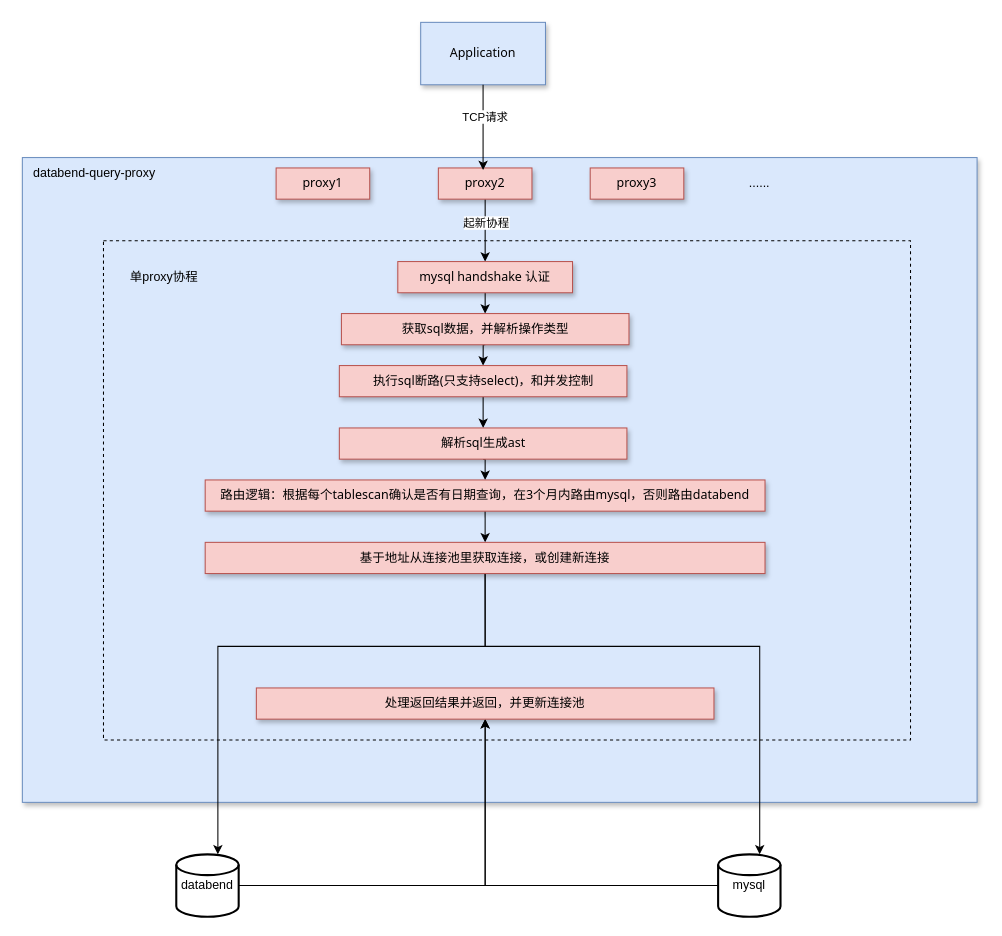
Before: doc/databend-mysql-proxy方案.drawio in jackjoesh/databend, a draw.io diagram. Source tidied: cells renumbered, new cells numbered last; positions are measured from the earlier drawing's top-left corner, leaving out a move shared by most shapes. Both pictures are drawn from the tidied source at 104%, with x=0, y=0 at pixel (20, 22).
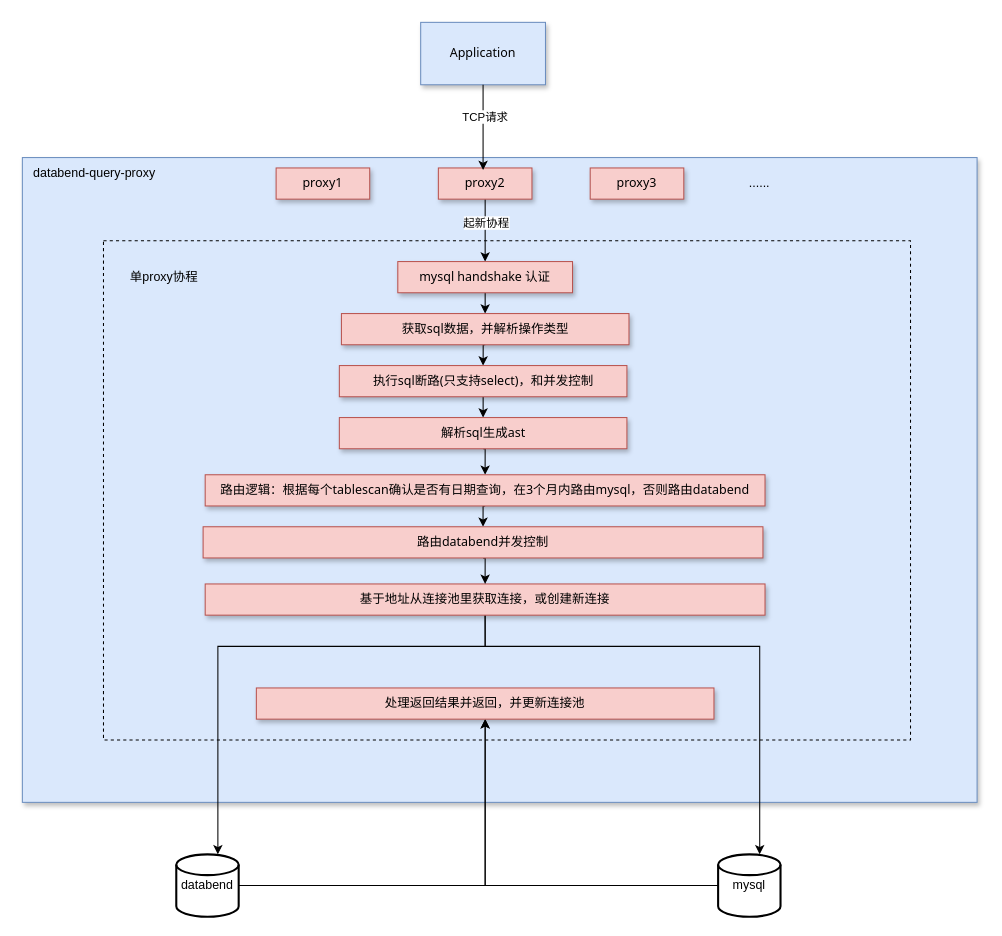
The same page after the edit.

The edit, as a diff of the source:
```diff
@@
     <mxCell id="25" value="解析sql生成ast" style="rounded=0;whiteSpace=wrap;html=1;fillColor=#f8cecc;strokeColor=#b85450;shadow=1;fontFamily=Tahoma;" parent="1" vertex="1">
-      <mxGeometry x="306.8" y="390" width="276.5" height="30" as="geometry" />
+      <mxGeometry x="306.8" y="380" width="276.5" height="30" as="geometry" />
     </mxCell>
-    <mxCell id="26" style="edgeStyle=orthogonalEdgeStyle;rounded=0;jettySize=auto;html=1;exitX=0.5;exitY=1;exitDx=0;exitDy=0;entryX=0.5;entryY=0;entryDx=0;entryDy=0;" parent="1" edge="1" source="27">
-      <mxGeometry relative="1" as="geometry">
-        <mxPoint x="447" y="500" as="targetPoint" />
-      </mxGeometry>
+    <mxCell id="26" style="edgeStyle=orthogonalEdgeStyle;rounded=0;jettySize=auto;html=1;exitX=0.5;exitY=1;exitDx=0;exitDy=0;entryX=0.5;entryY=0;entryDx=0;entryDy=0;" parent="1" edge="1" source="27" target="34">
+      <mxGeometry relative="1" as="geometry" />
     </mxCell>
     <mxCell id="27" value="路由逻辑：根据每个tablescan确认是否有日期查询，在3个月内路由mysql，否则路由databend" style="rounded=0;whiteSpace=wrap;html=1;fillColor=#f8cecc;strokeColor=#b85450;shadow=1;fontFamily=Tahoma;" parent="1" vertex="1">
-      <mxGeometry x="177.8" y="440" width="538.3" height="30" as="geometry" />
+      <mxGeometry x="177.8" y="435" width="538.3" height="30" as="geometry" />
     </mxCell>
@@
     <mxCell id="30" value="基于地址从连接池里获取连接，或创建新连接" style="rounded=0;whiteSpace=wrap;html=1;fillColor=#f8cecc;strokeColor=#b85450;shadow=1;fontFamily=Tahoma;" parent="1" vertex="1">
-      <mxGeometry x="177.8" y="500" width="538.3" height="30" as="geometry" />
+      <mxGeometry x="177.8" y="540" width="538.3" height="30" as="geometry" />
     </mxCell>
@@
+    <mxCell id="33" style="edgeStyle=orthogonalEdgeStyle;rounded=0;jettySize=auto;html=1;exitX=0.5;exitY=1;exitDx=0;exitDy=0;entryX=0.5;entryY=0;entryDx=0;entryDy=0;" parent="1" edge="1" source="34" target="30">
+      <mxGeometry relative="1" as="geometry" />
+    </mxCell>
+    <mxCell id="34" value="路由databend并发控制" style="rounded=0;whiteSpace=wrap;html=1;fillColor=#f8cecc;strokeColor=#b85450;shadow=1;fontFamily=Tahoma;" parent="1" vertex="1">
+      <mxGeometry x="175.8" y="485" width="538.3" height="30" as="geometry" />
+    </mxCell>
```
